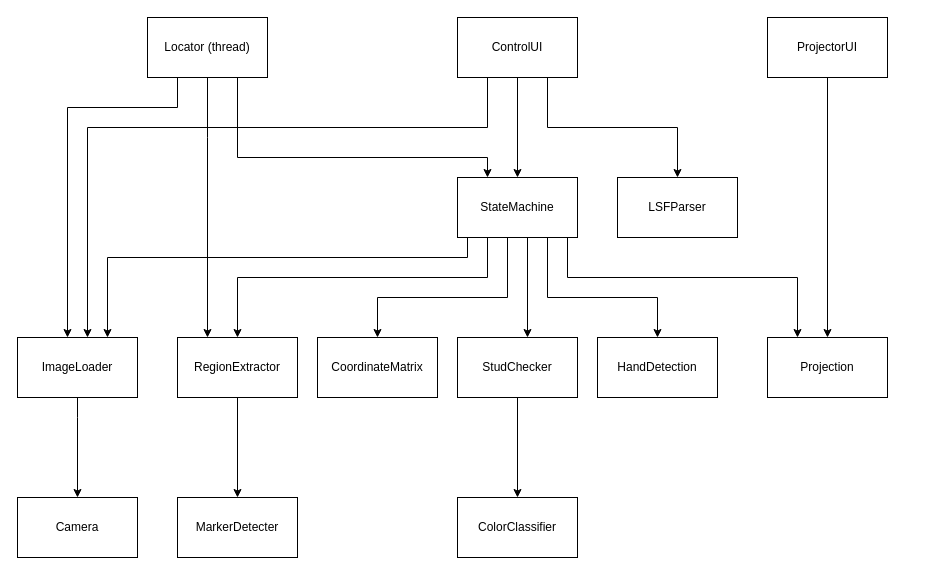
Before: snippets/ComponentDiagram.drawio in HANprojectsENG/ARAS, a draw.io diagram. Source tidied: cells renumbered, new cells numbered last; positions are measured from the earlier drawing's top-left corner, leaving out a move shared by most shapes. Both pictures are drawn from the tidied source at 100%, with x=0, y=0 at pixel (17, 17).
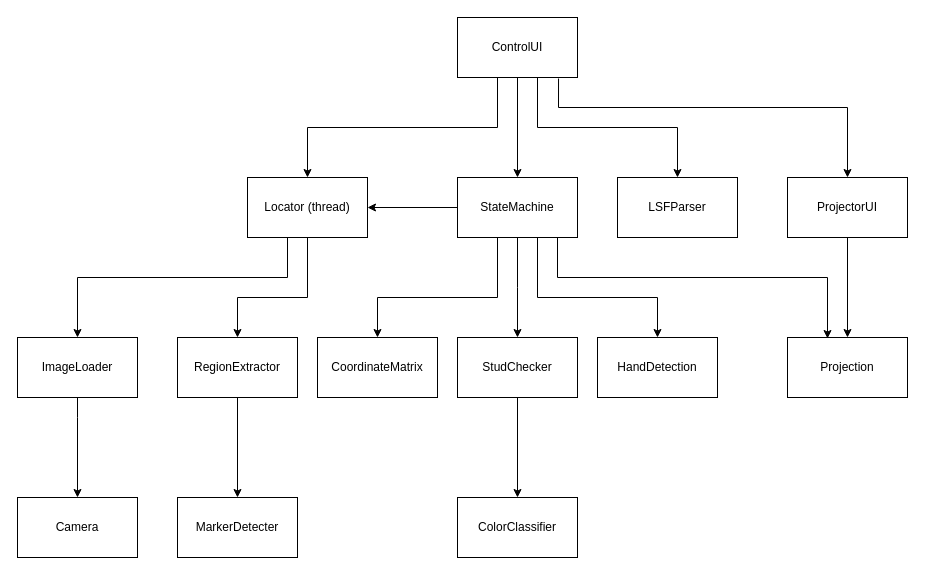
Above is the later version.

Commit message (it also covers changes not shown here):
Change component diagram (make Locator a member of ControlUI)

Unchanged cells that the change refers to:
```xml
<mxCell id="4" value="&lt;div&gt;ControlUI&lt;/div&gt;" style="rounded=0;whiteSpace=wrap;html=1;" parent="1" vertex="1">
  <mxGeometry x="440" width="120" height="60" as="geometry" />
</mxCell>
<mxCell id="8" value="ImageLoader" style="rounded=0;whiteSpace=wrap;html=1;" parent="1" vertex="1">
  <mxGeometry y="320" width="120" height="60" as="geometry" />
</mxCell>
<mxCell id="16" value="&lt;div&gt;StateMachine&lt;/div&gt;" style="rounded=0;whiteSpace=wrap;html=1;" parent="1" vertex="1">
  <mxGeometry x="440" y="160" width="120" height="60" as="geometry" />
</mxCell>
<mxCell id="17" value="&lt;div&gt;LSFParser&lt;/div&gt;" style="rounded=0;whiteSpace=wrap;html=1;" parent="1" vertex="1">
  <mxGeometry x="600" y="160" width="120" height="60" as="geometry" />
</mxCell>
<mxCell id="20" value="RegionExtractor" style="rounded=0;whiteSpace=wrap;html=1;" parent="1" vertex="1">
  <mxGeometry x="160" y="320" width="120" height="60" as="geometry" />
</mxCell>
<mxCell id="23" value="StudChecker" style="rounded=0;whiteSpace=wrap;html=1;" parent="1" vertex="1">
  <mxGeometry x="440" y="320" width="120" height="60" as="geometry" />
</mxCell>
<mxCell id="26" value="&lt;div&gt;CoordinateMatrix&lt;/div&gt;" style="rounded=0;whiteSpace=wrap;html=1;" parent="1" vertex="1">
  <mxGeometry x="300" y="320" width="120" height="60" as="geometry" />
</mxCell>
<mxCell id="31" value="&lt;div&gt;HandDetection&lt;/div&gt;" style="rounded=0;whiteSpace=wrap;html=1;" parent="1" vertex="1">
  <mxGeometry x="580" y="320" width="120" height="60" as="geometry" />
</mxCell>
```

Diff of the diagram source:
```diff
@@
-    <mxCell id="3" style="edgeStyle=orthogonalEdgeStyle;rounded=0;jettySize=auto;html=1;exitX=0.25;exitY=1;exitDx=0;exitDy=0;" parent="1" edge="1" source="4" target="8">
-      <mxGeometry relative="1" as="geometry">
-        <Array as="points">
-          <mxPoint x="470" y="110" />
-          <mxPoint x="70" y="110" />
-        </Array>
-      </mxGeometry>
-    </mxCell>
+    <mxCell id="32" style="edgeStyle=orthogonalEdgeStyle;rounded=0;jettySize=auto;html=1;exitX=0.25;exitY=1;exitDx=0;exitDy=0;entryX=0.5;entryY=0;entryDx=0;entryDy=0;" parent="1" edge="1" source="4" target="30">
+      <mxGeometry relative="1" as="geometry">
+        <Array as="points">
+          <mxPoint x="480" y="60" />
+          <mxPoint x="480" y="110" />
+          <mxPoint x="290" y="110" />
+        </Array>
+      </mxGeometry>
+    </mxCell>
+    <mxCell id="33" style="edgeStyle=orthogonalEdgeStyle;rounded=0;jettySize=auto;html=1;exitX=0.842;exitY=1.017;exitDx=0;exitDy=0;entryX=0.5;entryY=0;entryDx=0;entryDy=0;exitPerimeter=0;" parent="1" edge="1" source="4" target="6">
+      <mxGeometry relative="1" as="geometry">
+        <Array as="points">
+          <mxPoint x="541" y="90" />
+          <mxPoint x="830" y="90" />
+        </Array>
+      </mxGeometry>
+    </mxCell>
@@
     <mxCell id="6" value="&lt;div&gt;ProjectorUI&lt;/div&gt;" style="rounded=0;whiteSpace=wrap;html=1;" parent="1" vertex="1">
-      <mxGeometry x="750" width="120" height="60" as="geometry" />
+      <mxGeometry x="770" y="160" width="120" height="60" as="geometry" />
     </mxCell>
@@
-    <mxCell id="10" style="edgeStyle=orthogonalEdgeStyle;rounded=0;jettySize=auto;html=1;" parent="1" edge="1" target="8">
-      <mxGeometry relative="1" as="geometry">
-        <mxPoint x="440" y="220" as="sourcePoint" />
-        <Array as="points">
-          <mxPoint x="450" y="220" />
-          <mxPoint x="450" y="240" />
-          <mxPoint x="90" y="240" />
-        </Array>
-      </mxGeometry>
-    </mxCell>
     <mxCell id="11" style="edgeStyle=orthogonalEdgeStyle;rounded=0;jettySize=auto;html=1;exitX=0.75;exitY=1;exitDx=0;exitDy=0;" parent="1" edge="1" source="4" target="17">
-      <mxGeometry relative="1" as="geometry" />
+      <mxGeometry relative="1" as="geometry">
+        <Array as="points">
+          <mxPoint x="520" y="60" />
+          <mxPoint x="520" y="110" />
+          <mxPoint x="660" y="110" />
+        </Array>
+      </mxGeometry>
     </mxCell>
-    <mxCell id="12" style="edgeStyle=orthogonalEdgeStyle;rounded=0;jettySize=auto;html=1;entryX=0.25;entryY=0;entryDx=0;entryDy=0;" parent="1" edge="1" target="18">
-      <mxGeometry relative="1" as="geometry">
-        <mxPoint x="560" y="220" as="sourcePoint" />
-        <Array as="points">
-          <mxPoint x="550" y="220" />
-          <mxPoint x="550" y="260" />
-          <mxPoint x="780" y="260" />
-        </Array>
-      </mxGeometry>
-    </mxCell>
-    <mxCell id="13" style="edgeStyle=orthogonalEdgeStyle;rounded=0;jettySize=auto;html=1;exitX=0;exitY=1;exitDx=0;exitDy=0;exitPerimeter=0;" parent="1" edge="1" source="16" target="20">
-      <mxGeometry relative="1" as="geometry">
-        <Array as="points">
-          <mxPoint x="470" y="220" />
-          <mxPoint x="470" y="260" />
-          <mxPoint x="220" y="260" />
-        </Array>
-      </mxGeometry>
-    </mxCell>
     <mxCell id="14" style="edgeStyle=orthogonalEdgeStyle;rounded=0;jettySize=auto;html=1;exitX=0.5;exitY=1;exitDx=0;exitDy=0;" parent="1" edge="1" source="16" target="23">
       <mxGeometry relative="1" as="geometry">
         <Array as="points">
-          <mxPoint x="510" y="220" />
+          <mxPoint x="500" y="270" />
+          <mxPoint x="500" y="270" />
         </Array>
       </mxGeometry>
     </mxCell>
     <mxCell id="15" style="edgeStyle=orthogonalEdgeStyle;rounded=0;jettySize=auto;html=1;exitX=0.75;exitY=1;exitDx=0;exitDy=0;entryX=0.5;entryY=0;entryDx=0;entryDy=0;" parent="1" edge="1" source="16" target="31">
       <mxGeometry relative="1" as="geometry">
         <Array as="points">
-          <mxPoint x="530" y="280" />
+          <mxPoint x="520" y="220" />
+          <mxPoint x="520" y="280" />
           <mxPoint x="640" y="280" />
         </Array>
       </mxGeometry>
     </mxCell>
+    <mxCell id="34" style="edgeStyle=orthogonalEdgeStyle;rounded=0;jettySize=auto;html=1;entryX=1;entryY=0.5;entryDx=0;entryDy=0;" parent="1" edge="1" source="16" target="30">
+      <mxGeometry relative="1" as="geometry" />
+    </mxCell>
+    <mxCell id="35" style="edgeStyle=orthogonalEdgeStyle;rounded=0;jettySize=auto;html=1;exitX=0.75;exitY=1;exitDx=0;exitDy=0;" parent="1" edge="1" source="16">
+      <mxGeometry relative="1" as="geometry">
+        <mxPoint x="810" y="321" as="targetPoint" />
+        <Array as="points">
+          <mxPoint x="540" y="220" />
+          <mxPoint x="540" y="260" />
+          <mxPoint x="810" y="260" />
+          <mxPoint x="810" y="321" />
+        </Array>
+      </mxGeometry>
+    </mxCell>
@@
     <mxCell id="18" value="Projection" style="rounded=0;whiteSpace=wrap;html=1;" parent="1" vertex="1">
-      <mxGeometry x="750" y="320" width="120" height="60" as="geometry" />
+      <mxGeometry x="770" y="320" width="120" height="60" as="geometry" />
     </mxCell>
@@
     <mxCell id="22" style="edgeStyle=orthogonalEdgeStyle;rounded=0;jettySize=auto;html=1;exitX=0.25;exitY=1;exitDx=0;exitDy=0;" parent="1" edge="1" source="16" target="26">
       <mxGeometry relative="1" as="geometry">
         <Array as="points">
-          <mxPoint x="490" y="220" />
-          <mxPoint x="490" y="280" />
+          <mxPoint x="480" y="220" />
+          <mxPoint x="480" y="280" />
           <mxPoint x="360" y="280" />
         </Array>
       </mxGeometry>
     </mxCell>
@@
+    <mxCell id="29" style="edgeStyle=orthogonalEdgeStyle;rounded=0;jettySize=auto;html=1;entryX=0.5;entryY=0;entryDx=0;entryDy=0;" parent="1" edge="1" source="30" target="20">
+      <mxGeometry relative="1" as="geometry">
+        <Array as="points">
+          <mxPoint x="290" y="280" />
+          <mxPoint x="220" y="280" />
+        </Array>
+      </mxGeometry>
+    </mxCell>
-    <mxCell id="27" style="edgeStyle=orthogonalEdgeStyle;rounded=0;jettySize=auto;html=1;exitX=0.25;exitY=1;exitDx=0;exitDy=0;" parent="1" edge="1" source="30" target="8">
+    <mxCell id="27" style="edgeStyle=orthogonalEdgeStyle;rounded=0;jettySize=auto;html=1;exitX=0.25;exitY=1;exitDx=0;exitDy=0;entryX=0.5;entryY=0;entryDx=0;entryDy=0;" parent="1" edge="1" source="30" target="8">
       <mxGeometry relative="1" as="geometry">
         <Array as="points">
-          <mxPoint x="160" y="90" />
-          <mxPoint x="50" y="90" />
+          <mxPoint x="270" y="220" />
+          <mxPoint x="270" y="260" />
+          <mxPoint x="60" y="260" />
         </Array>
       </mxGeometry>
     </mxCell>
-    <mxCell id="28" style="edgeStyle=orthogonalEdgeStyle;rounded=0;jettySize=auto;html=1;exitX=0.75;exitY=1;exitDx=0;exitDy=0;entryX=0.25;entryY=0;entryDx=0;entryDy=0;" parent="1" edge="1" source="30" target="16">
-      <mxGeometry relative="1" as="geometry">
-        <Array as="points">
-          <mxPoint x="220" y="140" />
-          <mxPoint x="470" y="140" />
-        </Array>
-      </mxGeometry>
-    </mxCell>
-    <mxCell id="29" style="edgeStyle=orthogonalEdgeStyle;rounded=0;jettySize=auto;html=1;exitX=0.5;exitY=1;exitDx=0;exitDy=0;entryX=0.25;entryY=0;entryDx=0;entryDy=0;" parent="1" edge="1" source="30" target="20">
-      <mxGeometry relative="1" as="geometry">
-        <Array as="points">
-          <mxPoint x="190" y="120" />
-          <mxPoint x="190" y="120" />
-        </Array>
-      </mxGeometry>
-    </mxCell>
     <mxCell id="30" value="Locator (thread)" style="rounded=0;whiteSpace=wrap;html=1;" parent="1" vertex="1">
-      <mxGeometry x="130" width="120" height="60" as="geometry" />
+      <mxGeometry x="230" y="160" width="120" height="60" as="geometry" />
     </mxCell>
```
